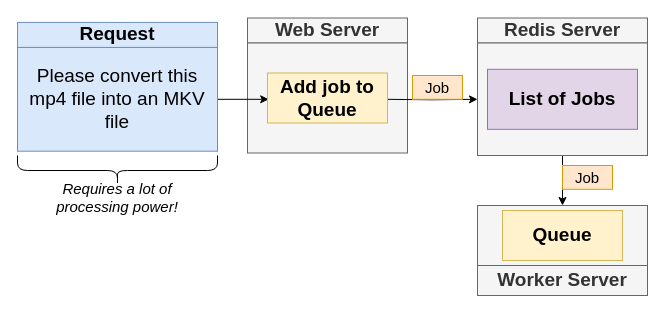
The draw.io diagram page "09 - b" (9 of 10) of diagrams/09/01.drawio in HappySuzuki/microservices-cast, before the edit. Source tidied: cells renumbered, new cells numbered last; positions are measured from the earlier drawing's top-left corner, leaving out a move shared by most shapes. Both pictures are drawn from the tidied source at 100%, with x=0, y=0 at pixel (17, 17).
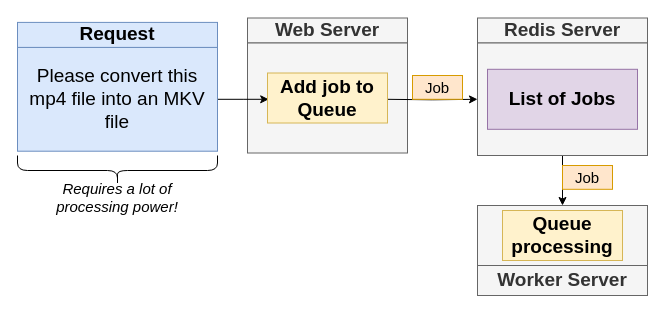
Above is the later version.

Change to the diagram source:
```diff
@@
-    <mxCell id="18" value="Queue" style="rounded=0;whiteSpace=wrap;html=1;fontSize=19;align=center;fillColor=#fff2cc;strokeColor=#d6b656;fontStyle=1;" parent="1" vertex="1">
+    <mxCell id="18" value="Queue processing" style="rounded=0;whiteSpace=wrap;html=1;fontSize=19;align=center;fillColor=#fff2cc;strokeColor=#d6b656;fontStyle=1;" parent="1" vertex="1">
       <mxGeometry x="485" y="193" width="120" height="50" as="geometry" />
     </mxCell>
```
